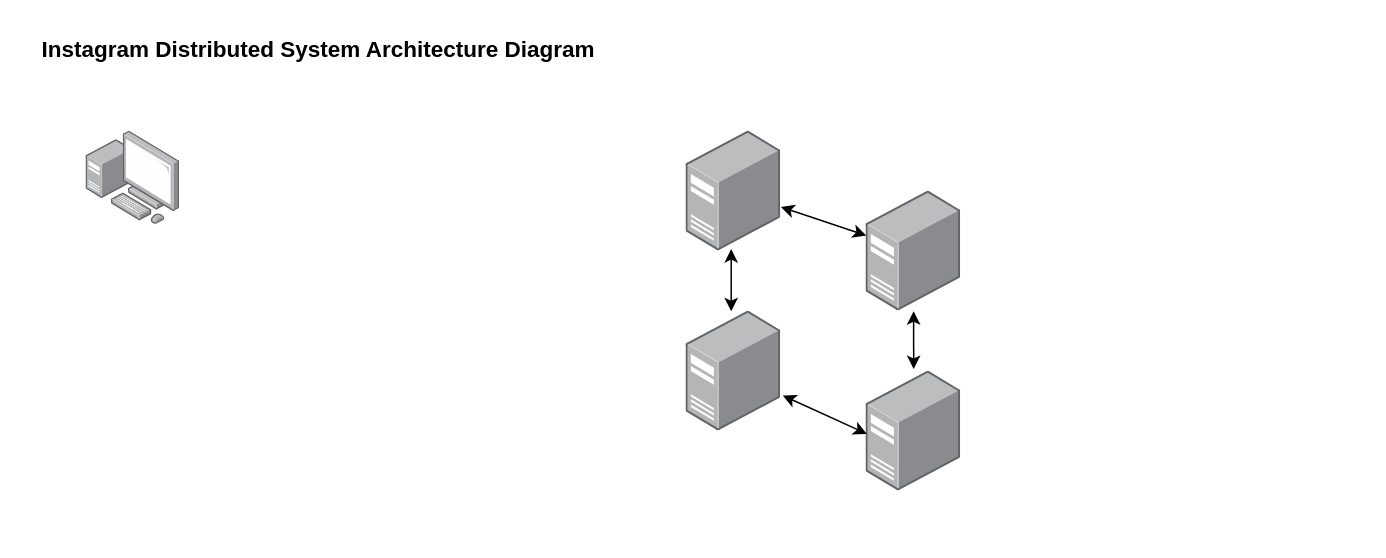
This is FISAC_AD.drawio from aditya-c2512/at-lab-project, a draw.io file, before an edit. Source tidied: cells renumbered, new cells numbered last; positions are measured from the earlier drawing's top-left corner, leaving out a move shared by most shapes. Both pictures are drawn from the tidied source at 150%, with x=0, y=0 at pixel (26, 26).
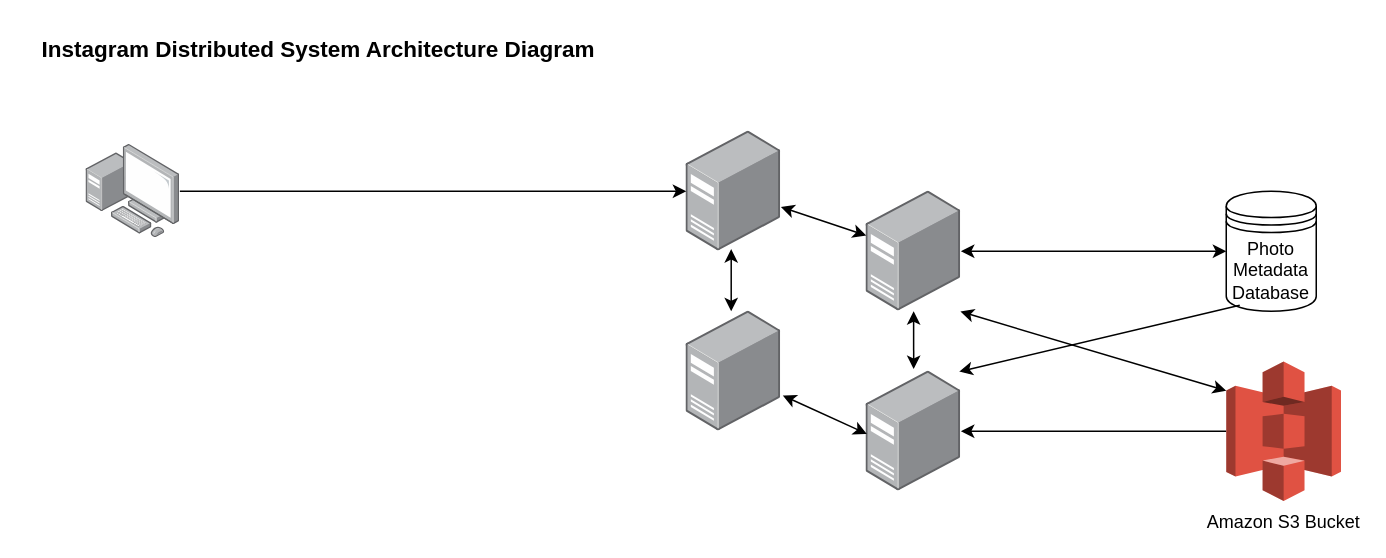
Above is the later version.

Diff of the diagram source:
```diff
@@
 <mxGraphModel>
   <root>
     <mxCell id="0" />
     <mxCell id="1" parent="0" />
     <mxCell id="2" value="&lt;b&gt;&lt;font style=&quot;font-size: 15px;&quot;&gt;Instagram Distributed System Architecture Diagram&lt;/font&gt;&lt;/b&gt;" style="text;html=1;strokeColor=none;fillColor=none;align=center;verticalAlign=middle;whiteSpace=wrap;rounded=0;" parent="1" vertex="1">
       <mxGeometry width="390" height="30" as="geometry" />
     </mxCell>
     <mxCell id="3" style="image;points=[];html=1;align=center;shadow=0;dashed=0;image=img/lib/allied_telesis/computer_and_terminals/Server_Desktop.svg;" parent="1" vertex="1">
       <mxGeometry x="440" y="70" width="63.1" height="80" as="geometry" />
     </mxCell>
+    <mxCell id="12" style="edgeStyle=orthogonalEdgeStyle;rounded=0;jettySize=auto;html=1;" parent="1" edge="1" source="4" target="3">
+      <mxGeometry relative="1" as="geometry" />
+    </mxCell>
     <mxCell id="4" style="image;points=[];html=1;align=center;shadow=0;dashed=0;image=img/lib/allied_telesis/computer_and_terminals/Personal_Computer_with_Server.svg;" parent="1" vertex="1">
-      <mxGeometry x="40" y="70" width="62.4" height="62.4" as="geometry" />
+      <mxGeometry x="40" y="78.8" width="62.4" height="62.4" as="geometry" />
     </mxCell>
     <mxCell id="5" style="image;points=[];html=1;align=center;shadow=0;dashed=0;image=img/lib/allied_telesis/computer_and_terminals/Server_Desktop.svg;" parent="1" vertex="1">
       <mxGeometry x="440" y="190" width="63.1" height="80" as="geometry" />
     </mxCell>
+    <mxCell id="13" style="edgeStyle=orthogonalEdgeStyle;rounded=0;jettySize=auto;html=1;startArrow=classic;startFill=1;" parent="1" edge="1" source="6" target="15">
+      <mxGeometry relative="1" as="geometry" />
+    </mxCell>
     <mxCell id="6" style="image;points=[];html=1;align=center;shadow=0;dashed=0;image=img/lib/allied_telesis/computer_and_terminals/Server_Desktop.svg;" parent="1" vertex="1">
       <mxGeometry x="560" y="110" width="63.1" height="80" as="geometry" />
     </mxCell>
+    <mxCell id="14" style="edgeStyle=orthogonalEdgeStyle;rounded=0;jettySize=auto;html=1;startArrow=classic;startFill=1;endArrow=none;endFill=0;" parent="1" edge="1" source="7" target="16">
+      <mxGeometry relative="1" as="geometry" />
+    </mxCell>
     <mxCell id="7" style="image;points=[];html=1;align=center;shadow=0;dashed=0;image=img/lib/allied_telesis/computer_and_terminals/Server_Desktop.svg;" parent="1" vertex="1">
       <mxGeometry x="560" y="230" width="63.1" height="80" as="geometry" />
     </mxCell>
     <mxCell id="8" style="endArrow=classic;startArrow=classic;html=1;rounded=0;entryX=0.475;entryY=0.982;entryDx=0;entryDy=0;entryPerimeter=0;exitX=0.475;exitY=0;exitDx=0;exitDy=0;exitPerimeter=0;" parent="1" edge="1" source="5" target="3">
       <mxGeometry relative="1" as="geometry" />
     </mxCell>
     <mxCell id="9" style="endArrow=classic;startArrow=classic;html=1;rounded=0;" parent="1" edge="1" source="6" target="3">
       <mxGeometry relative="1" as="geometry" />
     </mxCell>
     <mxCell id="10" style="endArrow=classic;startArrow=classic;html=1;rounded=0;entryX=0.501;entryY=-0.018;entryDx=0;entryDy=0;entryPerimeter=0;" parent="1" edge="1" source="6" target="7">
       <mxGeometry relative="1" as="geometry" />
     </mxCell>
     <mxCell id="11" style="endArrow=classic;startArrow=classic;html=1;rounded=0;entryX=1.02;entryY=0.702;entryDx=0;entryDy=0;entryPerimeter=0;exitX=0.006;exitY=0.522;exitDx=0;exitDy=0;exitPerimeter=0;" parent="1" edge="1" source="7" target="5">
       <mxGeometry relative="1" as="geometry" />
     </mxCell>
+    <mxCell id="15" value="Photo Metadata Database" style="shape=datastore;whiteSpace=wrap;html=1;" parent="1" vertex="1">
+      <mxGeometry x="800" y="110" width="60" height="80" as="geometry" />
+    </mxCell>
+    <mxCell id="16" value="Amazon S3 Bucket" style="outlineConnect=0;dashed=0;verticalLabelPosition=bottom;verticalAlign=top;align=center;html=1;shape=mxgraph.aws3.s3;fillColor=#E05243;gradientColor=none;" parent="1" vertex="1">
+      <mxGeometry x="800" y="223.5" width="76.5" height="93" as="geometry" />
+    </mxCell>
+    <mxCell id="17" style="endArrow=classic;html=1;rounded=0;exitX=0.15;exitY=0.95;exitDx=0;exitDy=0;exitPerimeter=0;entryX=0.982;entryY=0.003;entryDx=0;entryDy=0;entryPerimeter=0;" parent="1" edge="1" source="15" target="7">
+      <mxGeometry relative="1" as="geometry" />
+    </mxCell>
+    <mxCell id="18" style="endArrow=classic;startArrow=classic;html=1;rounded=0;entryX=0.995;entryY=1.003;entryDx=0;entryDy=0;entryPerimeter=0;exitX=0;exitY=0.21;exitDx=0;exitDy=0;exitPerimeter=0;" parent="1" edge="1" source="16" target="6">
+      <mxGeometry relative="1" as="geometry" />
+    </mxCell>
   </root>
 </mxGraphModel>
```
